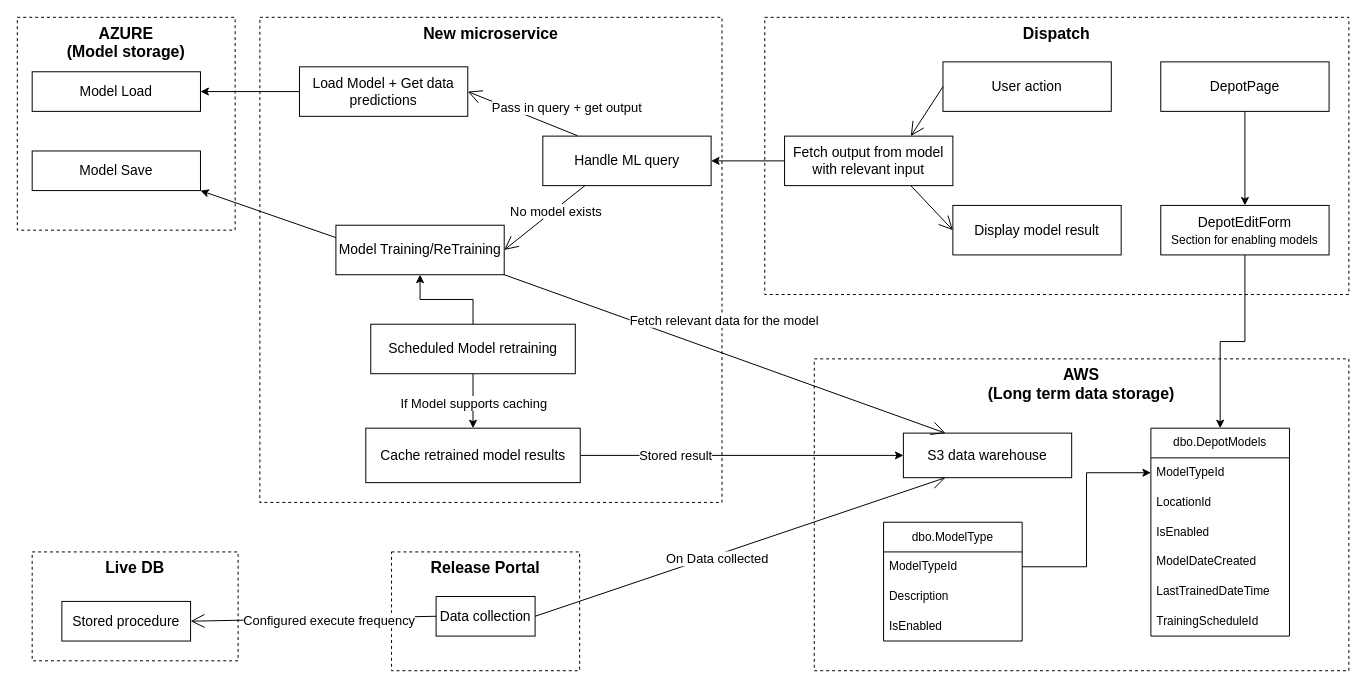
Before: ML model workflow.drawio in gbates-e2open/drawioFiles, a draw.io diagram. Source tidied: cells renumbered, new cells numbered last; positions are measured from the earlier drawing's top-left corner, leaving out a move shared by most shapes. Both pictures are drawn from the tidied source at 99%, with x=0, y=0 at pixel (17, 17).
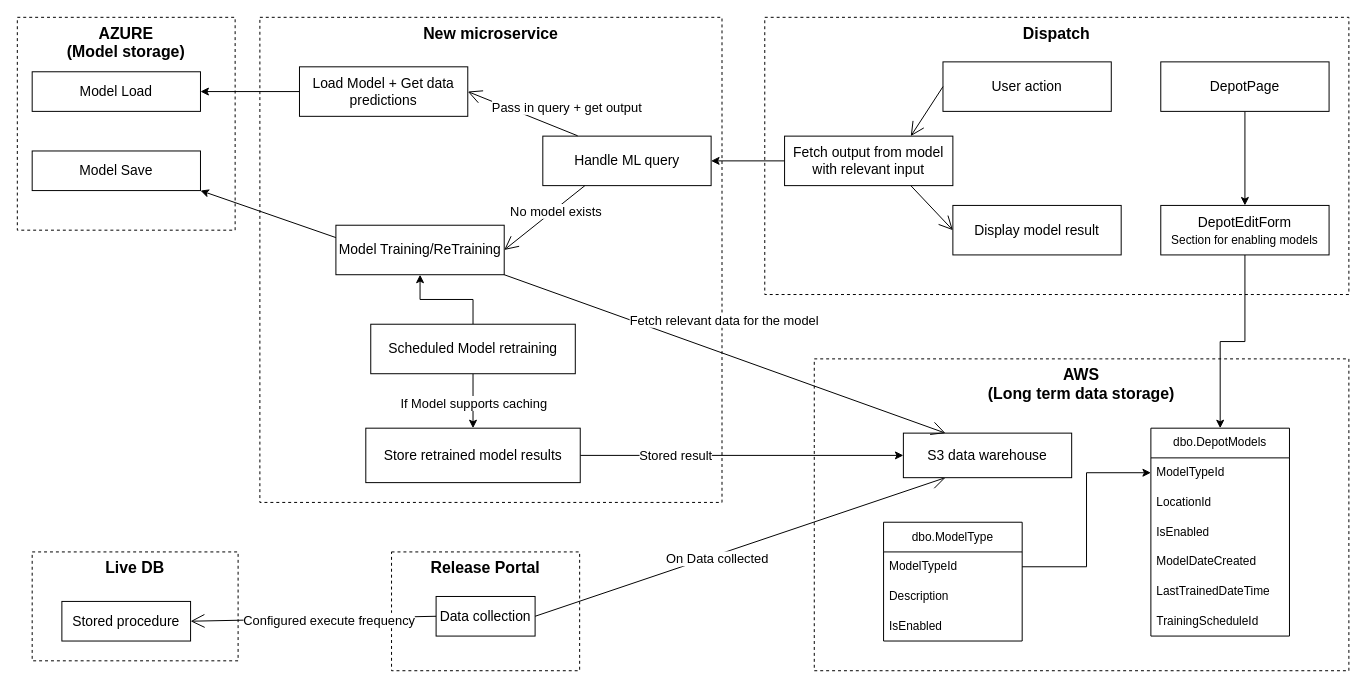
Above is the later version.

Change to the diagram source:
```diff
@@
-    <mxCell id="56" value="Cache retrained model results" style="whiteSpace=wrap;html=1;align=center;fontSize=14;" parent="1" vertex="1">
+    <mxCell id="56" value="Store retrained model results" style="whiteSpace=wrap;html=1;align=center;fontSize=14;" parent="1" vertex="1">
       <mxGeometry x="352" y="415" width="216.6" height="55" as="geometry" />
     </mxCell>
```
